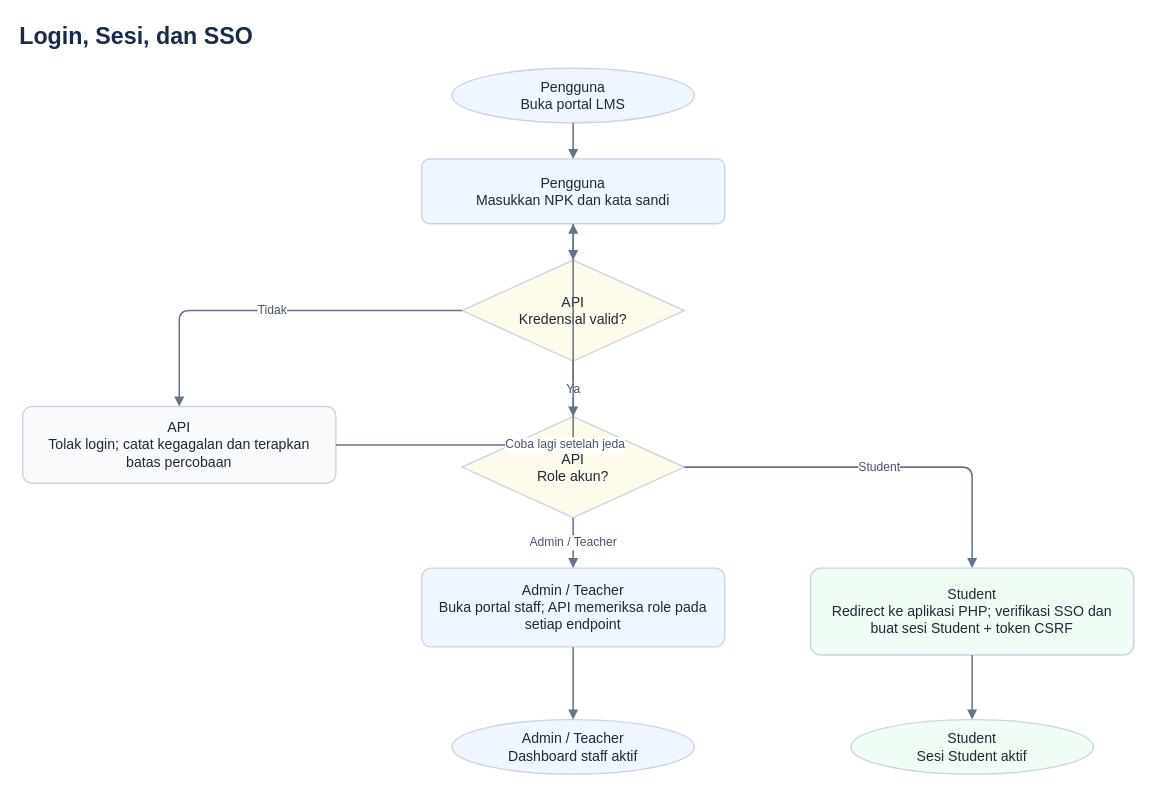
This is docs/diagrams/01-login-sso.drawio from ammarmfirdaus-hue/DENSO-LMS, a draw.io file, before an edit. Source tidied: cells renumbered, new cells numbered last; positions are measured from the earlier drawing's top-left corner, leaving out a move shared by most shapes. Both pictures are drawn from the tidied source at 101%, with x=0, y=0 at pixel (17, 17).
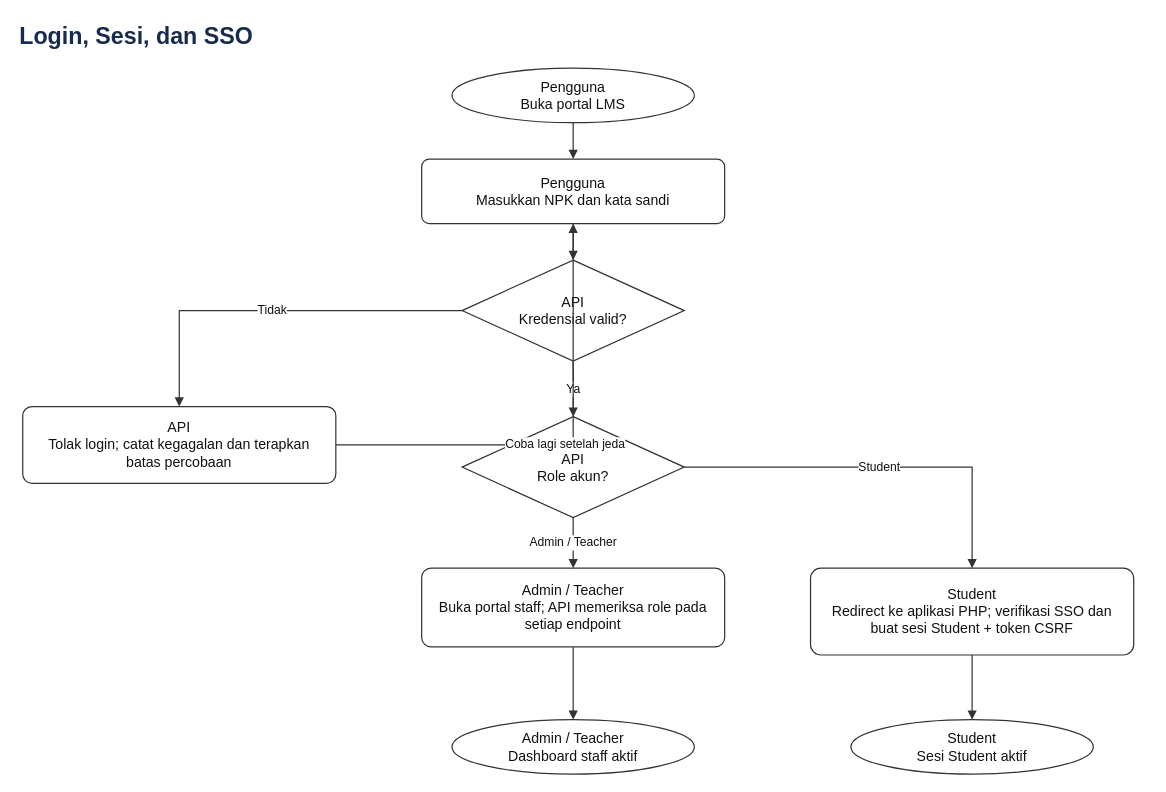
The same page after the edit.

What changed in the source:
```diff
@@
-    <mxCell id="3" value="Pengguna&#10;Buka portal LMS" style="shape=ellipse;whiteSpace=wrap;html=1;align=center;verticalAlign=middle;strokeColor=#cbd5e1;strokeWidth=1.4;fillColor=#eff6ff;fontColor=#1f2937;fontSize=14;spacing=8;shadow=0;" parent="1" vertex="1">
+    <mxCell id="3" value="Pengguna&#10;Buka portal LMS" style="shape=ellipse;whiteSpace=wrap;html=1;align=center;verticalAlign=middle;strokeColor=#333333;strokeWidth=1.2;fillColor=#ffffff;fontColor=#111111;fontSize=14;spacing=8;shadow=0;" parent="1" vertex="1">
       <mxGeometry x="430" y="50" width="240" height="54" as="geometry" />
     </mxCell>
-    <mxCell id="4" value="Pengguna&#10;Masukkan NPK dan kata sandi" style="rounded=1;arcSize=12;whiteSpace=wrap;html=1;align=center;verticalAlign=middle;strokeColor=#cbd5e1;strokeWidth=1.4;fillColor=#eff6ff;fontColor=#1f2937;fontSize=14;spacing=8;shadow=0;" parent="1" vertex="1">
+    <mxCell id="4" value="Pengguna&#10;Masukkan NPK dan kata sandi" style="rounded=1;arcSize=12;whiteSpace=wrap;html=1;align=center;verticalAlign=middle;strokeColor=#333333;strokeWidth=1.2;fillColor=#ffffff;fontColor=#111111;fontSize=14;spacing=8;shadow=0;" parent="1" vertex="1">
       <mxGeometry x="400" y="140" width="300" height="64" as="geometry" />
     </mxCell>
-    <mxCell id="5" value="API&#10;Kredensial valid?" style="shape=rhombus;whiteSpace=wrap;html=1;align=center;verticalAlign=middle;strokeColor=#cbd5e1;strokeWidth=1.4;fillColor=#fffbeb;fontColor=#1f2937;fontSize=14;spacing=8;shadow=0;" parent="1" vertex="1">
+    <mxCell id="5" value="API&#10;Kredensial valid?" style="shape=rhombus;whiteSpace=wrap;html=1;align=center;verticalAlign=middle;strokeColor=#333333;strokeWidth=1.2;fillColor=#ffffff;fontColor=#111111;fontSize=14;spacing=8;shadow=0;" parent="1" vertex="1">
       <mxGeometry x="440" y="240" width="220" height="100" as="geometry" />
     </mxCell>
-    <mxCell id="6" value="API&#10;Tolak login; catat kegagalan dan terapkan batas percobaan" style="rounded=1;arcSize=12;whiteSpace=wrap;html=1;align=center;verticalAlign=middle;strokeColor=#cbd5e1;strokeWidth=1.4;fillColor=#f8fafc;fontColor=#1f2937;fontSize=14;spacing=8;shadow=0;" parent="1" vertex="1">
+    <mxCell id="6" value="API&#10;Tolak login; catat kegagalan dan terapkan batas percobaan" style="rounded=1;arcSize=12;whiteSpace=wrap;html=1;align=center;verticalAlign=middle;strokeColor=#333333;strokeWidth=1.2;fillColor=#ffffff;fontColor=#111111;fontSize=14;spacing=8;shadow=0;" parent="1" vertex="1">
       <mxGeometry x="5" y="385" width="310" height="76" as="geometry" />
     </mxCell>
-    <mxCell id="7" value="API&#10;Role akun?" style="shape=rhombus;whiteSpace=wrap;html=1;align=center;verticalAlign=middle;strokeColor=#cbd5e1;strokeWidth=1.4;fillColor=#fffbeb;fontColor=#1f2937;fontSize=14;spacing=8;shadow=0;" parent="1" vertex="1">
+    <mxCell id="7" value="API&#10;Role akun?" style="shape=rhombus;whiteSpace=wrap;html=1;align=center;verticalAlign=middle;strokeColor=#333333;strokeWidth=1.2;fillColor=#ffffff;fontColor=#111111;fontSize=14;spacing=8;shadow=0;" parent="1" vertex="1">
       <mxGeometry x="440" y="395" width="220" height="100" as="geometry" />
     </mxCell>
-    <mxCell id="8" value="Student&#10;Redirect ke aplikasi PHP; verifikasi SSO dan buat sesi Student + token CSRF" style="rounded=1;arcSize=12;whiteSpace=wrap;html=1;align=center;verticalAlign=middle;strokeColor=#cbd5e1;strokeWidth=1.4;fillColor=#f0fdf4;fontColor=#1f2937;fontSize=14;spacing=8;shadow=0;" parent="1" vertex="1">
+    <mxCell id="8" value="Student&#10;Redirect ke aplikasi PHP; verifikasi SSO dan buat sesi Student + token CSRF" style="rounded=1;arcSize=12;whiteSpace=wrap;html=1;align=center;verticalAlign=middle;strokeColor=#333333;strokeWidth=1.2;fillColor=#ffffff;fontColor=#111111;fontSize=14;spacing=8;shadow=0;" parent="1" vertex="1">
       <mxGeometry x="785" y="545" width="320" height="86" as="geometry" />
     </mxCell>
-    <mxCell id="9" value="Admin / Teacher&#10;Buka portal staff; API memeriksa role pada setiap endpoint" style="rounded=1;arcSize=12;whiteSpace=wrap;html=1;align=center;verticalAlign=middle;strokeColor=#cbd5e1;strokeWidth=1.4;fillColor=#eff6ff;fontColor=#1f2937;fontSize=14;spacing=8;shadow=0;" parent="1" vertex="1">
+    <mxCell id="9" value="Admin / Teacher&#10;Buka portal staff; API memeriksa role pada setiap endpoint" style="rounded=1;arcSize=12;whiteSpace=wrap;html=1;align=center;verticalAlign=middle;strokeColor=#333333;strokeWidth=1.2;fillColor=#ffffff;fontColor=#111111;fontSize=14;spacing=8;shadow=0;" parent="1" vertex="1">
       <mxGeometry x="400" y="545" width="300" height="78" as="geometry" />
     </mxCell>
-    <mxCell id="10" value="Student&#10;Sesi Student aktif" style="shape=ellipse;whiteSpace=wrap;html=1;align=center;verticalAlign=middle;strokeColor=#cbd5e1;strokeWidth=1.4;fillColor=#f0fdf4;fontColor=#1f2937;fontSize=14;spacing=8;shadow=0;" parent="1" vertex="1">
+    <mxCell id="10" value="Student&#10;Sesi Student aktif" style="shape=ellipse;whiteSpace=wrap;html=1;align=center;verticalAlign=middle;strokeColor=#333333;strokeWidth=1.2;fillColor=#ffffff;fontColor=#111111;fontSize=14;spacing=8;shadow=0;" parent="1" vertex="1">
       <mxGeometry x="825" y="695" width="240" height="54" as="geometry" />
     </mxCell>
-    <mxCell id="11" value="Admin / Teacher&#10;Dashboard staff aktif" style="shape=ellipse;whiteSpace=wrap;html=1;align=center;verticalAlign=middle;strokeColor=#cbd5e1;strokeWidth=1.4;fillColor=#eff6ff;fontColor=#1f2937;fontSize=14;spacing=8;shadow=0;" parent="1" vertex="1">
+    <mxCell id="11" value="Admin / Teacher&#10;Dashboard staff aktif" style="shape=ellipse;whiteSpace=wrap;html=1;align=center;verticalAlign=middle;strokeColor=#333333;strokeWidth=1.2;fillColor=#ffffff;fontColor=#111111;fontSize=14;spacing=8;shadow=0;" parent="1" vertex="1">
       <mxGeometry x="430" y="695" width="240" height="54" as="geometry" />
     </mxCell>
-    <mxCell id="12" style="edgeStyle=orthogonalEdgeStyle;rounded=1;jettySize=auto;html=1;strokeColor=#64748b;strokeWidth=1.5;fontColor=#475569;fontSize=12;labelBackgroundColor=#ffffff;endArrow=block;endFill=1;" parent="1" edge="1" source="3" target="4">
+    <mxCell id="12" style="edgeStyle=orthogonalEdgeStyle;rounded=0;jettySize=auto;html=1;strokeColor=#333333;strokeWidth=1.2;fontColor=#111111;fontSize=12;labelBackgroundColor=#ffffff;endArrow=block;endFill=1;" parent="1" edge="1" source="3" target="4">
       <mxGeometry relative="1" as="geometry" />
     </mxCell>
-    <mxCell id="13" style="edgeStyle=orthogonalEdgeStyle;rounded=1;jettySize=auto;html=1;strokeColor=#64748b;strokeWidth=1.5;fontColor=#475569;fontSize=12;labelBackgroundColor=#ffffff;endArrow=block;endFill=1;" parent="1" edge="1" source="4" target="5">
+    <mxCell id="13" style="edgeStyle=orthogonalEdgeStyle;rounded=0;jettySize=auto;html=1;strokeColor=#333333;strokeWidth=1.2;fontColor=#111111;fontSize=12;labelBackgroundColor=#ffffff;endArrow=block;endFill=1;" parent="1" edge="1" source="4" target="5">
       <mxGeometry relative="1" as="geometry" />
     </mxCell>
-    <mxCell id="14" value="Ya" style="edgeStyle=orthogonalEdgeStyle;rounded=1;jettySize=auto;html=1;strokeColor=#64748b;strokeWidth=1.5;fontColor=#475569;fontSize=12;labelBackgroundColor=#ffffff;endArrow=block;endFill=1;" parent="1" edge="1" source="5" target="7">
+    <mxCell id="14" value="Ya" style="edgeStyle=orthogonalEdgeStyle;rounded=0;jettySize=auto;html=1;strokeColor=#333333;strokeWidth=1.2;fontColor=#111111;fontSize=12;labelBackgroundColor=#ffffff;endArrow=block;endFill=1;" parent="1" edge="1" source="5" target="7">
       <mxGeometry relative="1" as="geometry" />
     </mxCell>
-    <mxCell id="15" value="Tidak" style="edgeStyle=orthogonalEdgeStyle;rounded=1;jettySize=auto;html=1;strokeColor=#64748b;strokeWidth=1.5;fontColor=#475569;fontSize=12;labelBackgroundColor=#ffffff;endArrow=block;endFill=1;" parent="1" edge="1" source="5" target="6">
+    <mxCell id="15" value="Tidak" style="edgeStyle=orthogonalEdgeStyle;rounded=0;jettySize=auto;html=1;strokeColor=#333333;strokeWidth=1.2;fontColor=#111111;fontSize=12;labelBackgroundColor=#ffffff;endArrow=block;endFill=1;" parent="1" edge="1" source="5" target="6">
       <mxGeometry relative="1" as="geometry" />
     </mxCell>
-    <mxCell id="16" value="Coba lagi setelah jeda" style="edgeStyle=orthogonalEdgeStyle;rounded=1;jettySize=auto;html=1;strokeColor=#64748b;strokeWidth=1.5;fontColor=#475569;fontSize=12;labelBackgroundColor=#ffffff;endArrow=block;endFill=1;" parent="1" edge="1" source="6" target="4">
+    <mxCell id="16" value="Coba lagi setelah jeda" style="edgeStyle=orthogonalEdgeStyle;rounded=0;jettySize=auto;html=1;strokeColor=#333333;strokeWidth=1.2;fontColor=#111111;fontSize=12;labelBackgroundColor=#ffffff;endArrow=block;endFill=1;" parent="1" edge="1" source="6" target="4">
       <mxGeometry relative="1" as="geometry" />
     </mxCell>
-    <mxCell id="17" value="Student" style="edgeStyle=orthogonalEdgeStyle;rounded=1;jettySize=auto;html=1;strokeColor=#64748b;strokeWidth=1.5;fontColor=#475569;fontSize=12;labelBackgroundColor=#ffffff;endArrow=block;endFill=1;" parent="1" edge="1" source="7" target="8">
+    <mxCell id="17" value="Student" style="edgeStyle=orthogonalEdgeStyle;rounded=0;jettySize=auto;html=1;strokeColor=#333333;strokeWidth=1.2;fontColor=#111111;fontSize=12;labelBackgroundColor=#ffffff;endArrow=block;endFill=1;" parent="1" edge="1" source="7" target="8">
       <mxGeometry relative="1" as="geometry" />
     </mxCell>
-    <mxCell id="18" value="Admin / Teacher" style="edgeStyle=orthogonalEdgeStyle;rounded=1;jettySize=auto;html=1;strokeColor=#64748b;strokeWidth=1.5;fontColor=#475569;fontSize=12;labelBackgroundColor=#ffffff;endArrow=block;endFill=1;" parent="1" edge="1" source="7" target="9">
+    <mxCell id="18" value="Admin / Teacher" style="edgeStyle=orthogonalEdgeStyle;rounded=0;jettySize=auto;html=1;strokeColor=#333333;strokeWidth=1.2;fontColor=#111111;fontSize=12;labelBackgroundColor=#ffffff;endArrow=block;endFill=1;" parent="1" edge="1" source="7" target="9">
       <mxGeometry relative="1" as="geometry" />
     </mxCell>
-    <mxCell id="19" style="edgeStyle=orthogonalEdgeStyle;rounded=1;jettySize=auto;html=1;strokeColor=#64748b;strokeWidth=1.5;fontColor=#475569;fontSize=12;labelBackgroundColor=#ffffff;endArrow=block;endFill=1;" parent="1" edge="1" source="8" target="10">
+    <mxCell id="19" style="edgeStyle=orthogonalEdgeStyle;rounded=0;jettySize=auto;html=1;strokeColor=#333333;strokeWidth=1.2;fontColor=#111111;fontSize=12;labelBackgroundColor=#ffffff;endArrow=block;endFill=1;" parent="1" edge="1" source="8" target="10">
       <mxGeometry relative="1" as="geometry" />
     </mxCell>
-    <mxCell id="20" style="edgeStyle=orthogonalEdgeStyle;rounded=1;jettySize=auto;html=1;strokeColor=#64748b;strokeWidth=1.5;fontColor=#475569;fontSize=12;labelBackgroundColor=#ffffff;endArrow=block;endFill=1;" parent="1" edge="1" source="9" target="11">
+    <mxCell id="20" style="edgeStyle=orthogonalEdgeStyle;rounded=0;jettySize=auto;html=1;strokeColor=#333333;strokeWidth=1.2;fontColor=#111111;fontSize=12;labelBackgroundColor=#ffffff;endArrow=block;endFill=1;" parent="1" edge="1" source="9" target="11">
       <mxGeometry relative="1" as="geometry" />
     </mxCell>
```
